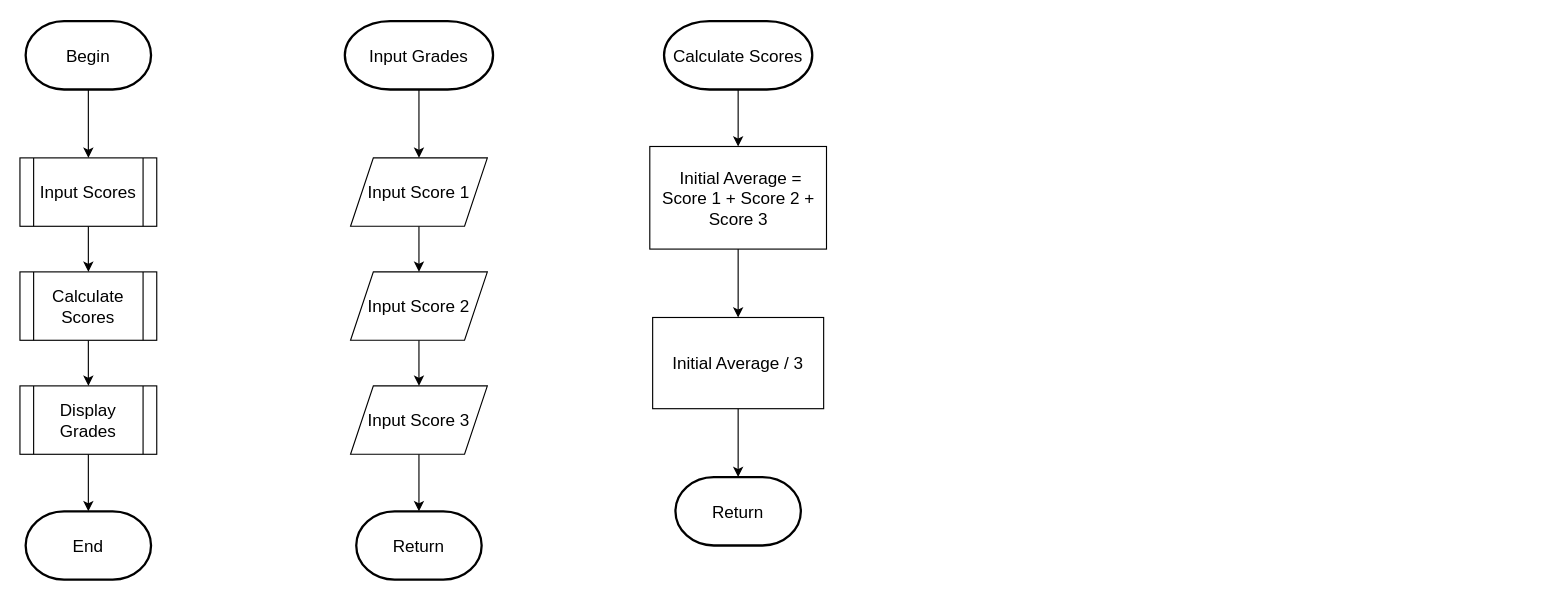
AmawNiZy/Assignments keeps this draw.io diagram as Program33-Flowchart.drawio. Above is the earlier version. Source tidied: cells renumbered, new cells numbered last; positions are measured from the earlier drawing's top-left corner, leaving out a move shared by most shapes. Both pictures are drawn from the tidied source at 114%, with x=0, y=0 at pixel (19, 21).
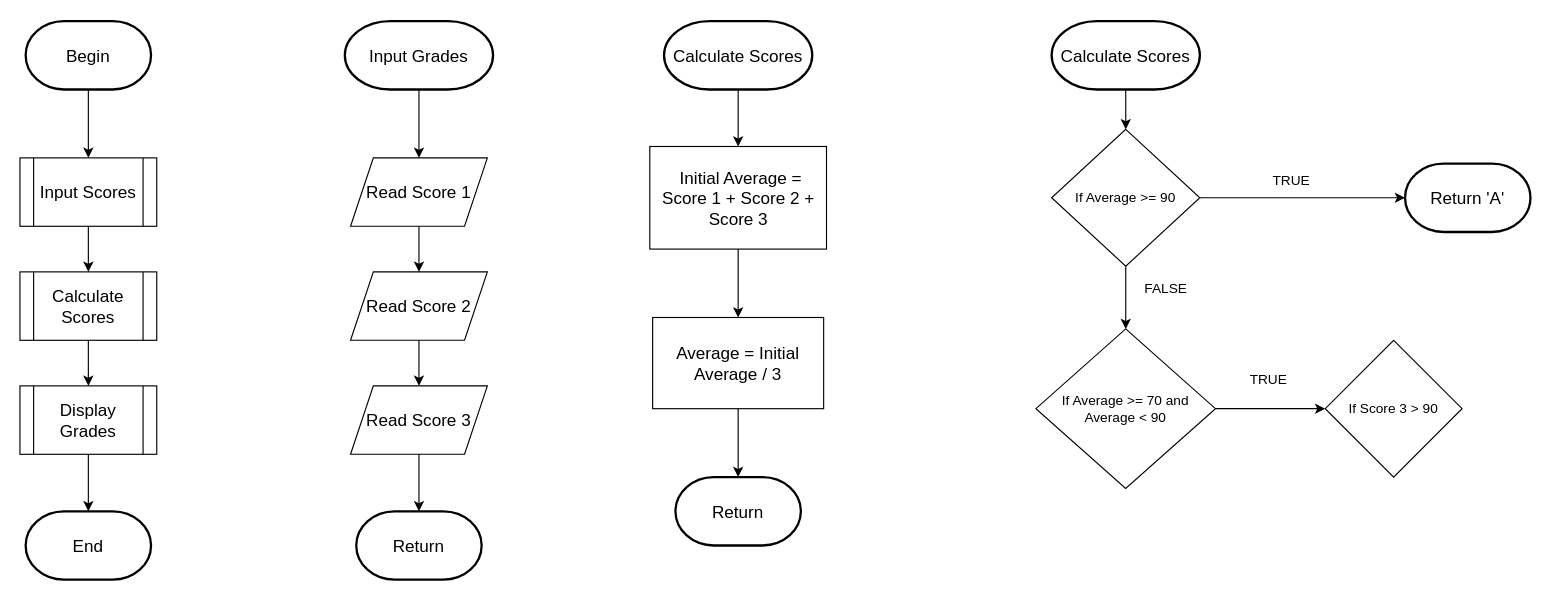
Above is the later version.

Diff of the diagram source:
```diff
@@
-    <mxCell id="14" value="Input Score 1" style="shape=parallelogram;perimeter=parallelogramPerimeter;whiteSpace=wrap;html=1;fixedSize=1;fontSize=15;" parent="1" vertex="1">
+    <mxCell id="14" value="Read Score 1" style="shape=parallelogram;perimeter=parallelogramPerimeter;whiteSpace=wrap;html=1;fixedSize=1;fontSize=15;" parent="1" vertex="1">
       <mxGeometry x="290" y="120" width="120" height="60" as="geometry" />
     </mxCell>
@@
-    <mxCell id="16" value="Input Score 3" style="shape=parallelogram;perimeter=parallelogramPerimeter;whiteSpace=wrap;html=1;fixedSize=1;fontSize=15;" parent="1" vertex="1">
+    <mxCell id="16" value="Read Score 3" style="shape=parallelogram;perimeter=parallelogramPerimeter;whiteSpace=wrap;html=1;fixedSize=1;fontSize=15;" parent="1" vertex="1">
       <mxGeometry x="290" y="320" width="120" height="60" as="geometry" />
     </mxCell>
@@
-    <mxCell id="18" value="Input Score 2" style="shape=parallelogram;perimeter=parallelogramPerimeter;whiteSpace=wrap;html=1;fixedSize=1;fontSize=15;" parent="1" vertex="1">
+    <mxCell id="18" value="Read Score 2" style="shape=parallelogram;perimeter=parallelogramPerimeter;whiteSpace=wrap;html=1;fixedSize=1;fontSize=15;" parent="1" vertex="1">
       <mxGeometry x="290" y="220" width="120" height="60" as="geometry" />
     </mxCell>
@@
-    <mxCell id="25" value="Initial Average / 3" style="rounded=0;whiteSpace=wrap;html=1;fontSize=15;" parent="1" vertex="1">
+    <mxCell id="25" value="Average = Initial Average / 3" style="rounded=0;whiteSpace=wrap;html=1;fontSize=15;" parent="1" vertex="1">
       <mxGeometry x="555" y="260" width="150" height="80" as="geometry" />
     </mxCell>
@@
+    <mxCell id="27" style="edgeStyle=orthogonalEdgeStyle;rounded=0;jettySize=auto;html=1;" parent="1" edge="1" source="28" target="31">
+      <mxGeometry relative="1" as="geometry" />
+    </mxCell>
+    <mxCell id="28" value="&lt;font style=&quot;font-size: 15px;&quot;&gt;Calculate Scores&lt;/font&gt;" style="strokeWidth=2;html=1;shape=mxgraph.flowchart.terminator;whiteSpace=wrap;fontSize=15;" parent="1" vertex="1">
+      <mxGeometry x="905" width="130" height="60" as="geometry" />
+    </mxCell>
+    <mxCell id="29" style="edgeStyle=orthogonalEdgeStyle;rounded=0;jettySize=auto;html=1;" parent="1" edge="1" source="31" target="32">
+      <mxGeometry relative="1" as="geometry" />
+    </mxCell>
+    <mxCell id="30" style="edgeStyle=orthogonalEdgeStyle;rounded=0;jettySize=auto;html=1;" parent="1" edge="1" source="31" target="35">
+      <mxGeometry relative="1" as="geometry" />
+    </mxCell>
+    <mxCell id="31" value="If Average &amp;gt;= 90" style="rhombus;whiteSpace=wrap;html=1;" parent="1" vertex="1">
+      <mxGeometry x="905" y="95" width="130" height="120" as="geometry" />
+    </mxCell>
+    <mxCell id="32" value="&lt;span style=&quot;font-size: 15px;&quot;&gt;Return 'A'&lt;/span&gt;" style="strokeWidth=2;html=1;shape=mxgraph.flowchart.terminator;whiteSpace=wrap;" parent="1" vertex="1">
+      <mxGeometry x="1215" y="125" width="110" height="60" as="geometry" />
+    </mxCell>
+    <mxCell id="33" value="TRUE" style="text;html=1;align=center;verticalAlign=middle;strokeColor=none;fillColor=none;" parent="1" vertex="1">
+      <mxGeometry x="1085" y="125" width="60" height="30" as="geometry" />
+    </mxCell>
+    <mxCell id="34" style="edgeStyle=orthogonalEdgeStyle;rounded=0;jettySize=auto;html=1;" parent="1" edge="1" source="35" target="37">
+      <mxGeometry relative="1" as="geometry" />
+    </mxCell>
+    <mxCell id="35" value="If Average &amp;gt;= 70 and &lt;br&gt;Average &amp;lt; 90" style="rhombus;whiteSpace=wrap;html=1;" parent="1" vertex="1">
+      <mxGeometry x="891.2" y="270" width="157.5" height="140" as="geometry" />
+    </mxCell>
+    <mxCell id="36" value="FALSE" style="text;html=1;align=center;verticalAlign=middle;strokeColor=none;fillColor=none;" parent="1" vertex="1">
+      <mxGeometry x="975" y="220" width="60" height="30" as="geometry" />
+    </mxCell>
+    <mxCell id="37" value="If Score 3 &amp;gt; 90" style="rhombus;whiteSpace=wrap;html=1;" parent="1" vertex="1">
+      <mxGeometry x="1145" y="280" width="120" height="120" as="geometry" />
+    </mxCell>
+    <mxCell id="38" value="TRUE" style="text;html=1;align=center;verticalAlign=middle;strokeColor=none;fillColor=none;" parent="1" vertex="1">
+      <mxGeometry x="1065" y="300" width="60" height="30" as="geometry" />
+    </mxCell>
```
